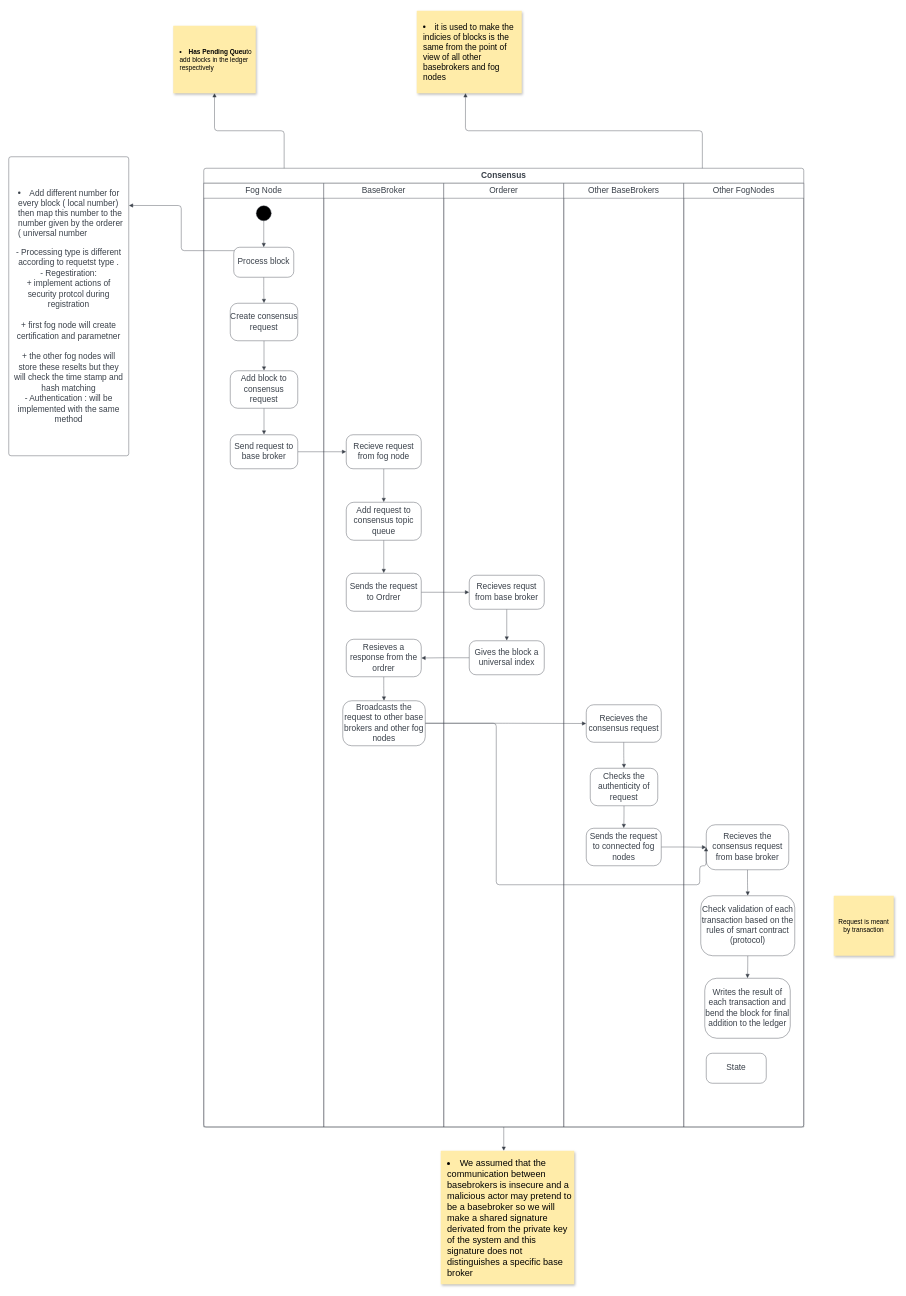
Mostafa1Mahmoud/Graduation-projects-diagrams keeps this draw.io diagram as Untitled Diagram.drawio. Above is the earlier version. Source tidied: cells renumbered, new cells numbered last; positions are measured from the earlier drawing's top-left corner, leaving out a move shared by most shapes. Both pictures are drawn from the tidied source at 50%, with x=0, y=0 at pixel (8, 10).
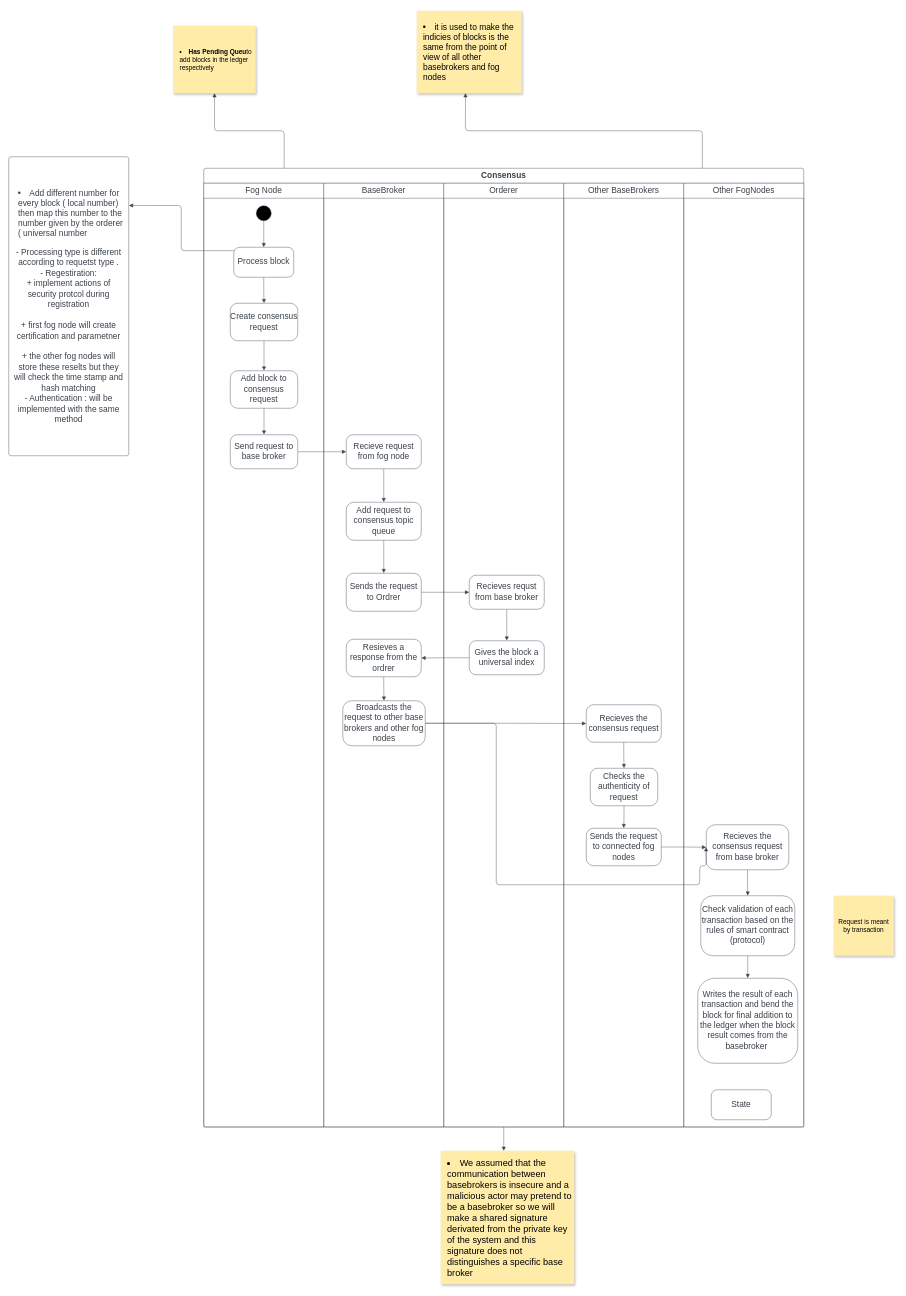
The same page after the edit.

Commit message:
Consensus algorithm

Change to the diagram source:
```diff
@@
-    <mxCell id="50" value="&lt;div style=&quot;display: flex; justify-content: center; text-align: center; align-items: baseline; font-size: 0; line-height: 1.25;margin-top: -2px;&quot;&gt;&lt;span&gt;&lt;span style=&quot;font-size:16.7px;color:#3a414a;&quot;&gt;Writes the result of each transaction and bend the block for final addition to the ledger&lt;/span&gt;&lt;/span&gt;&lt;/div&gt;" style="rounded=1;arcSize=20;whiteSpace=wrap;overflow=block;blockSpacing=1;html=1;fontSize=13;spacing=0;strokeColor=#3a414a;strokeOpacity=100;strokeWidth=0.8;" parent="1" vertex="1">
-      <mxGeometry x="1392" y="1935" width="171" height="120" as="geometry" />
+    <mxCell id="50" value="&lt;div style=&quot;display: flex ; justify-content: center ; text-align: center ; align-items: baseline ; font-size: 0 ; line-height: 1.25 ; margin-top: -2px&quot;&gt;&lt;span&gt;&lt;span style=&quot;font-size: 16.7px ; color: #3a414a&quot;&gt;Writes the result of each transaction and bend the block for final addition to the ledger when the block result comes from the basebroker&amp;nbsp;&lt;/span&gt;&lt;/span&gt;&lt;/div&gt;" style="rounded=1;arcSize=20;whiteSpace=wrap;overflow=block;blockSpacing=1;html=1;fontSize=13;spacing=0;strokeColor=#3a414a;strokeOpacity=100;strokeWidth=0.8;" parent="1" vertex="1">
+      <mxGeometry x="1378" y="1935" width="200" height="170" as="geometry" />
     </mxCell>
@@
     <mxCell id="53" value="&lt;div style=&quot;display: flex; justify-content: center; text-align: center; align-items: baseline; font-size: 0; line-height: 1.25;margin-top: -2px;&quot;&gt;&lt;span&gt;&lt;span style=&quot;font-size:16.7px;color:#3a414a;&quot;&gt;State&lt;/span&gt;&lt;/span&gt;&lt;/div&gt;" style="rounded=1;arcSize=20;whiteSpace=wrap;overflow=block;blockSpacing=1;html=1;fontSize=13;spacing=0;strokeColor=#3a414a;strokeOpacity=100;strokeWidth=0.8;" parent="1" vertex="1">
-      <mxGeometry x="1395" y="2085" width="120" height="60" as="geometry" />
+      <mxGeometry x="1405" y="2158" width="120" height="60" as="geometry" />
     </mxCell>
```
